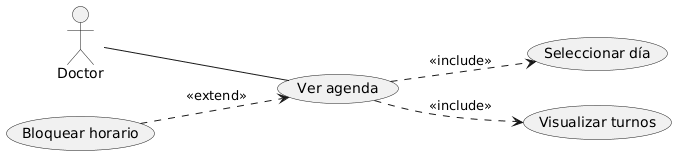
This is diagramas/02-casos-de-uso/02-caso-uso-ver-agenda-05/02-caso-uso-ver-agenda-05.png from FacundoGuiraldes/SistemaTurnosMedicos, a PlantUML export, as it was before one commit.
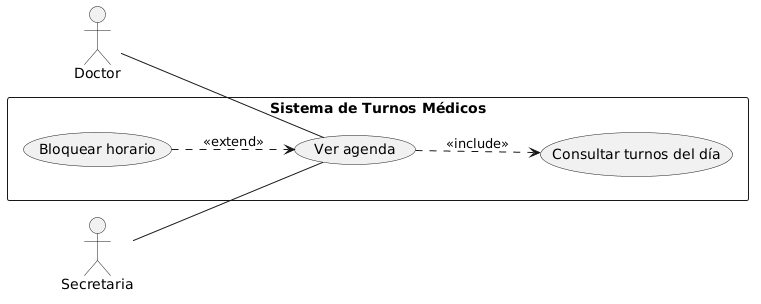
Later version of the same file.

Diff of the diagram source:
```diff
@@ -1,15 +1,18 @@
 @startuml
 left to right direction
+
 actor Doctor
+actor Secretaria
 
-usecase "Ver agenda" as UC1
-usecase "Seleccionar día" as UC2
-usecase "Visualizar turnos" as UC3
+rectangle "Sistema de Turnos Médicos" {
+    usecase "Ver agenda" as UC1
+    usecase "Consultar turnos del día" as UC2
+    usecase "Bloquear horario" as UC3
+}
 
 Doctor -- UC1
+Secretaria -- UC1
 
 UC1 ..> UC2 : <<include>>
-UC1 ..> UC3 : <<include>>
-usecase "Bloquear horario" as UC4
-UC4 ..> UC1 : <<extend>>
+UC3 ..> UC1 : <<extend>>
 @enduml
```
